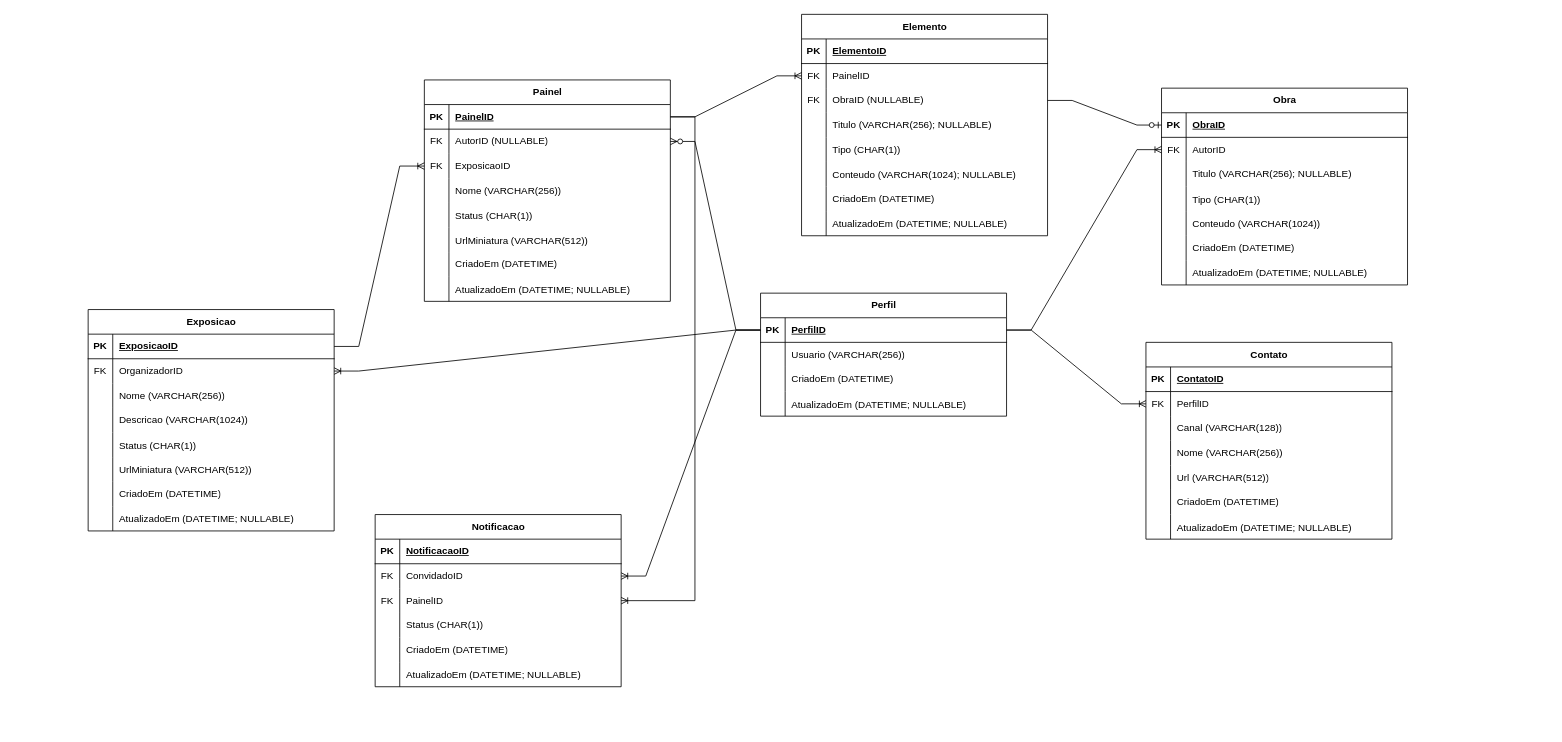
This is page "Entidade-Relacionamento" (7 of 7) of UnderExpo.drawio from GustavoDeOliveira/underexpo, a draw.io file, before an edit. Source tidied: cells renumbered, new cells numbered last; positions are measured from the earlier drawing's top-left corner, leaving out a move shared by most shapes. Both pictures are drawn from the tidied source at 82%, with x=0, y=0 at pixel (88, 14).
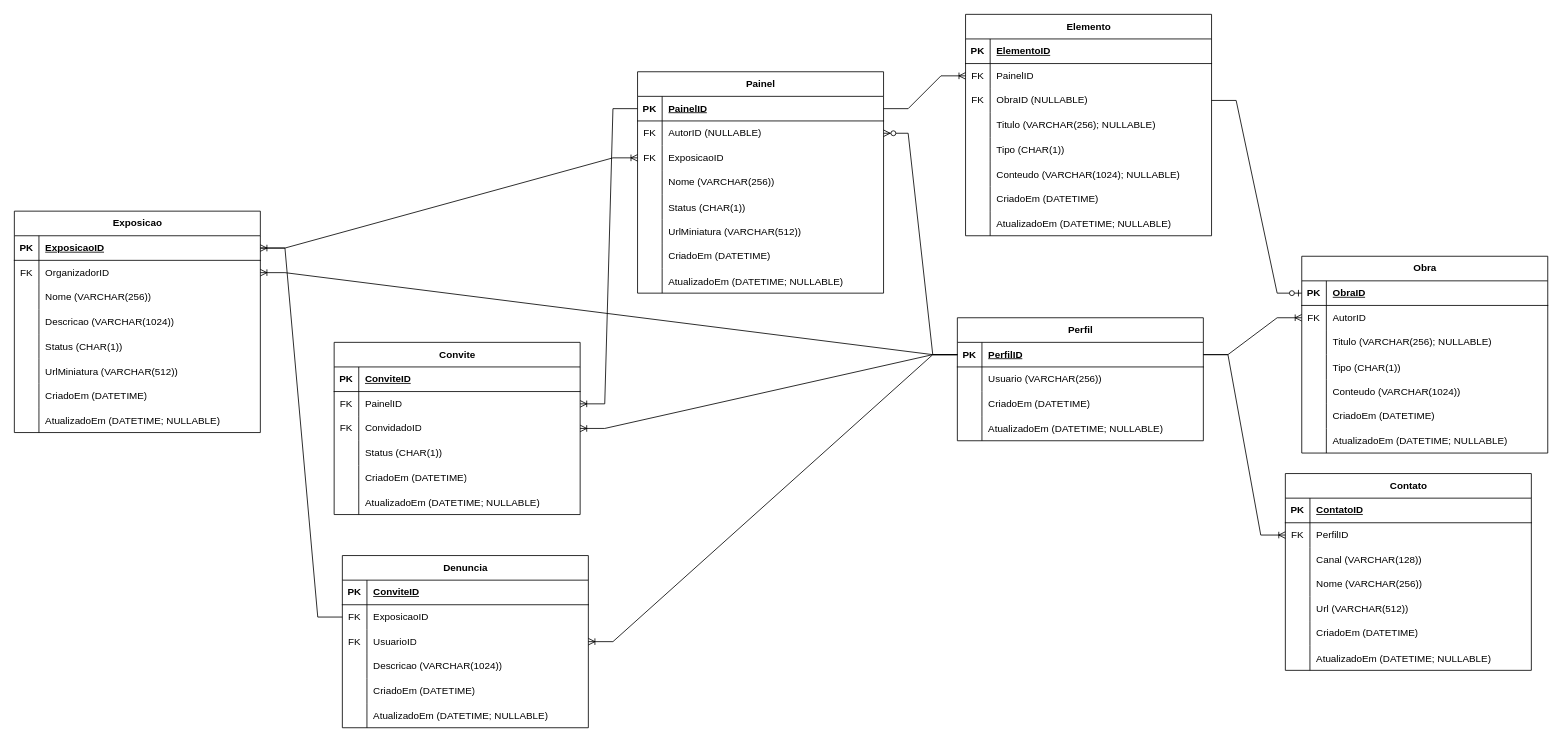
The same page after the edit.

Commit message:
Adicionando Entidades de Convite e Denúncia UnderExpo.drawio

Unchanged cells that the change refers to:
```xml
<mxCell id="3" style="shape=tableRow;horizontal=0;startSize=0;swimlaneHead=0;swimlaneBody=0;fillColor=none;points=[[0,0.5],[1,0.5]];portConstraint=eastwest;top=0;left=0;right=0;bottom=1;" parent="2" vertex="1">
  <mxGeometry y="30" width="300" height="30" as="geometry" />
</mxCell>
<mxCell id="28" style="shape=tableRow;horizontal=0;startSize=0;swimlaneHead=0;swimlaneBody=0;fillColor=none;points=[[0,0.5],[1,0.5]];portConstraint=eastwest;top=0;left=0;right=0;bottom=1;" parent="27" vertex="1">
  <mxGeometry y="30" width="300" height="30" as="geometry" />
</mxCell>
<mxCell id="103" style="shape=tableRow;horizontal=0;startSize=0;swimlaneHead=0;swimlaneBody=0;fillColor=none;points=[[0,0.5],[1,0.5]];portConstraint=eastwest;top=0;left=0;right=0;bottom=1;" parent="102" vertex="1">
  <mxGeometry y="30" width="300" height="30" as="geometry" />
</mxCell>
<mxCell id="139" style="shape=tableRow;horizontal=0;startSize=0;swimlaneHead=0;swimlaneBody=0;fillColor=none;top=0;left=0;right=0;bottom=1;" parent="138" vertex="1">
  <mxGeometry y="30" width="300" height="30" as="geometry" />
</mxCell>
```

Change to the diagram source:
```diff
@@
     <mxCell id="2" value="Exposicao" style="shape=table;startSize=30;childLayout=tableLayout;rowLines=0;fontStyle=1;align=center;html=1;" parent="1" vertex="1">
-      <mxGeometry y="360" width="300" height="270" as="geometry" />
+      <mxGeometry x="-90" y="240" width="300" height="270" as="geometry" />
     </mxCell>
@@
     <mxCell id="27" value="Painel" style="shape=table;startSize=30;childLayout=tableLayout;rowLines=0;fontStyle=1;align=center;html=1;" parent="1" vertex="1">
-      <mxGeometry x="410" y="80" width="300" height="270" as="geometry" />
+      <mxGeometry x="670" y="70" width="300" height="270" as="geometry" />
     </mxCell>
@@
     <mxCell id="52" value="Elemento" style="shape=table;startSize=30;childLayout=tableLayout;rowLines=0;fontStyle=1;align=center;html=1;" parent="1" vertex="1">
-      <mxGeometry x="870" width="300" height="270" as="geometry" />
+      <mxGeometry x="1070" width="300" height="270" as="geometry" />
     </mxCell>
@@
     <mxCell id="79" value="Obra" style="shape=table;startSize=30;childLayout=tableLayout;rowLines=0;fontStyle=1;align=center;html=1;" parent="1" vertex="1">
-      <mxGeometry x="1309" y="90" width="300" height="240" as="geometry" />
+      <mxGeometry x="1480" y="295" width="300" height="240" as="geometry" />
     </mxCell>
@@
     <mxCell id="102" value="Perfil" style="shape=table;startSize=30;childLayout=tableLayout;rowLines=0;fontStyle=1;align=center;html=1;" parent="1" vertex="1">
-      <mxGeometry x="820" y="340" width="300" height="150" as="geometry" />
+      <mxGeometry x="1060" y="370" width="300" height="150" as="geometry" />
     </mxCell>
@@
     <mxCell id="116" value="Contato" style="shape=table;startSize=30;childLayout=tableLayout;rowLines=0;fontStyle=1;align=center;html=1;" parent="1" vertex="1">
-      <mxGeometry x="1290" y="400" width="300" height="240" as="geometry" />
+      <mxGeometry x="1460" y="560" width="300" height="240" as="geometry" />
     </mxCell>
@@
-    <mxCell id="138" value="Notificacao" style="shape=table;startSize=30;childLayout=tableLayout;rowLines=0;fontStyle=1;align=center;html=1;" parent="1" vertex="1">
-      <mxGeometry x="350" y="610" width="300" height="210" as="geometry" />
+    <mxCell id="138" value="Convite" style="shape=table;startSize=30;childLayout=tableLayout;rowLines=0;fontStyle=1;align=center;html=1;" parent="1" vertex="1">
+      <mxGeometry x="300" y="400" width="300" height="210" as="geometry" />
     </mxCell>
@@
-    <mxCell id="141" value="NotificacaoID" style="shape=partialRectangle;fillColor=none;top=0;left=0;bottom=0;right=0;align=left;spacingLeft=6;fontStyle=5;overflow=hidden;whiteSpace=wrap;html=1;" parent="139" vertex="1">
+    <mxCell id="141" value="ConviteID" style="shape=partialRectangle;fillColor=none;top=0;left=0;bottom=0;right=0;align=left;spacingLeft=6;fontStyle=5;overflow=hidden;whiteSpace=wrap;html=1;" parent="139" vertex="1">
       <mxGeometry x="30" width="270" height="30" as="geometry" />
     </mxCell>
+    <mxCell id="145" style="shape=tableRow;horizontal=0;startSize=0;swimlaneHead=0;swimlaneBody=0;fillColor=none;points=[[0,0.5],[1,0.5]];portConstraint=eastwest;top=0;left=0;right=0;bottom=0;" parent="138" vertex="1">
+      <mxGeometry y="60" width="300" height="30" as="geometry" />
+    </mxCell>
+    <mxCell id="146" value="FK" style="shape=partialRectangle;fillColor=none;top=0;left=0;bottom=0;right=0;fontStyle=0;overflow=hidden;whiteSpace=wrap;html=1;" parent="145" vertex="1">
+      <mxGeometry width="30" height="30" as="geometry" />
+    </mxCell>
+    <mxCell id="147" value="PainelID" style="shape=partialRectangle;fillColor=none;top=0;left=0;bottom=0;right=0;align=left;spacingLeft=6;fontStyle=0;overflow=hidden;whiteSpace=wrap;html=1;" parent="145" vertex="1">
+      <mxGeometry x="30" width="270" height="30" as="geometry" />
+    </mxCell>
     <mxCell id="142" style="shape=tableRow;horizontal=0;startSize=0;swimlaneHead=0;swimlaneBody=0;fillColor=none;points=[[0,0.5],[1,0.5]];portConstraint=eastwest;top=0;left=0;right=0;bottom=0;" parent="138" vertex="1">
-      <mxGeometry y="60" width="300" height="30" as="geometry" />
+      <mxGeometry y="90" width="300" height="30" as="geometry" />
     </mxCell>
@@
-    <mxCell id="145" style="shape=tableRow;horizontal=0;startSize=0;swimlaneHead=0;swimlaneBody=0;fillColor=none;points=[[0,0.5],[1,0.5]];portConstraint=eastwest;top=0;left=0;right=0;bottom=0;" parent="138" vertex="1">
-      <mxGeometry y="90" width="300" height="30" as="geometry" />
-    </mxCell>
-    <mxCell id="146" value="FK" style="shape=partialRectangle;fillColor=none;top=0;left=0;bottom=0;right=0;fontStyle=0;overflow=hidden;whiteSpace=wrap;html=1;" parent="145" vertex="1">
-      <mxGeometry width="30" height="30" as="geometry" />
-    </mxCell>
-    <mxCell id="147" value="PainelID" style="shape=partialRectangle;fillColor=none;top=0;left=0;bottom=0;right=0;align=left;spacingLeft=6;fontStyle=0;overflow=hidden;whiteSpace=wrap;html=1;" parent="145" vertex="1">
-      <mxGeometry x="30" width="270" height="30" as="geometry" />
-    </mxCell>
@@
     <mxCell id="161" style="edgeStyle=entityRelationEdgeStyle;fontSize=12;html=1;endArrow=ERoneToMany;rounded=0;" parent="1" edge="1" source="28" target="145">
       <mxGeometry relative="1" as="geometry">
         <Array as="points">
           <mxPoint x="370" y="410" />
+          <mxPoint x="350" y="430" />
+          <mxPoint x="470" y="490" />
           <mxPoint x="800" y="450" />
         </Array>
       </mxGeometry>
     </mxCell>
+    <mxCell id="162" value="Denuncia" style="shape=table;startSize=30;childLayout=tableLayout;rowLines=0;fontStyle=1;align=center;html=1;" parent="1" vertex="1">
+      <mxGeometry x="310" y="660" width="300" height="210" as="geometry" />
+    </mxCell>
+    <mxCell id="163" style="shape=tableRow;horizontal=0;startSize=0;swimlaneHead=0;swimlaneBody=0;fillColor=none;top=0;left=0;right=0;bottom=1;" parent="162" vertex="1">
+      <mxGeometry y="30" width="300" height="30" as="geometry" />
+    </mxCell>
+    <mxCell id="164" value="PK" style="shape=partialRectangle;fillColor=none;top=0;left=0;bottom=0;right=0;fontStyle=1;overflow=hidden;whiteSpace=wrap;html=1;" parent="163" vertex="1">
+      <mxGeometry width="30" height="30" as="geometry" />
+    </mxCell>
+    <mxCell id="165" value="ConviteID" style="shape=partialRectangle;fillColor=none;top=0;left=0;bottom=0;right=0;align=left;spacingLeft=6;fontStyle=5;overflow=hidden;whiteSpace=wrap;html=1;" parent="163" vertex="1">
+      <mxGeometry x="30" width="270" height="30" as="geometry" />
+    </mxCell>
+    <mxCell id="166" style="shape=tableRow;horizontal=0;startSize=0;swimlaneHead=0;swimlaneBody=0;fillColor=none;points=[[0,0.5],[1,0.5]];portConstraint=eastwest;top=0;left=0;right=0;bottom=0;" parent="162" vertex="1">
+      <mxGeometry y="60" width="300" height="30" as="geometry" />
+    </mxCell>
+    <mxCell id="167" value="FK" style="shape=partialRectangle;fillColor=none;top=0;left=0;bottom=0;right=0;fontStyle=0;overflow=hidden;whiteSpace=wrap;html=1;" parent="166" vertex="1">
+      <mxGeometry width="30" height="30" as="geometry" />
+    </mxCell>
+    <mxCell id="168" value="ExposicaoID" style="shape=partialRectangle;fillColor=none;top=0;left=0;bottom=0;right=0;align=left;spacingLeft=6;fontStyle=0;overflow=hidden;whiteSpace=wrap;html=1;" parent="166" vertex="1">
+      <mxGeometry x="30" width="270" height="30" as="geometry" />
+    </mxCell>
+    <mxCell id="169" style="shape=tableRow;horizontal=0;startSize=0;swimlaneHead=0;swimlaneBody=0;fillColor=none;points=[[0,0.5],[1,0.5]];portConstraint=eastwest;top=0;left=0;right=0;bottom=0;" parent="162" vertex="1">
+      <mxGeometry y="90" width="300" height="30" as="geometry" />
+    </mxCell>
+    <mxCell id="170" value="FK" style="shape=partialRectangle;fillColor=none;top=0;left=0;bottom=0;right=0;fontStyle=0;overflow=hidden;whiteSpace=wrap;html=1;" parent="169" vertex="1">
+      <mxGeometry width="30" height="30" as="geometry" />
+    </mxCell>
+    <mxCell id="171" value="UsuarioID" style="shape=partialRectangle;fillColor=none;top=0;left=0;bottom=0;right=0;align=left;spacingLeft=6;fontStyle=0;overflow=hidden;whiteSpace=wrap;html=1;" parent="169" vertex="1">
+      <mxGeometry x="30" width="270" height="30" as="geometry" />
+    </mxCell>
+    <mxCell id="172" style="shape=tableRow;horizontal=0;startSize=0;swimlaneHead=0;swimlaneBody=0;fillColor=none;top=0;left=0;right=0;bottom=0;" parent="162" vertex="1">
+      <mxGeometry y="120" width="300" height="30" as="geometry" />
+    </mxCell>
+    <mxCell id="173" style="shape=partialRectangle;fillColor=none;top=0;left=0;bottom=0;right=0;overflow=hidden;whiteSpace=wrap;html=1;" parent="172" vertex="1">
+      <mxGeometry width="30" height="30" as="geometry" />
+    </mxCell>
+    <mxCell id="174" value="Descricao (VARCHAR(1024))" style="shape=partialRectangle;fillColor=none;top=0;left=0;bottom=0;right=0;align=left;spacingLeft=6;overflow=hidden;whiteSpace=wrap;html=1;" parent="172" vertex="1">
+      <mxGeometry x="30" width="270" height="30" as="geometry" />
+    </mxCell>
+    <mxCell id="175" style="shape=tableRow;horizontal=0;startSize=0;swimlaneHead=0;swimlaneBody=0;fillColor=none;top=0;left=0;right=0;bottom=0;" parent="162" vertex="1">
+      <mxGeometry y="150" width="300" height="30" as="geometry" />
+    </mxCell>
+    <mxCell id="176" style="shape=partialRectangle;fillColor=none;top=0;left=0;bottom=0;right=0;overflow=hidden;whiteSpace=wrap;html=1;" parent="175" vertex="1">
+      <mxGeometry width="30" height="30" as="geometry" />
+    </mxCell>
+    <mxCell id="177" value="CriadoEm (DATETIME)" style="shape=partialRectangle;fillColor=none;top=0;left=0;bottom=0;right=0;align=left;spacingLeft=6;overflow=hidden;whiteSpace=wrap;html=1;" parent="175" vertex="1">
+      <mxGeometry x="30" width="270" height="30" as="geometry" />
+    </mxCell>
+    <mxCell id="178" style="shape=tableRow;horizontal=0;startSize=0;swimlaneHead=0;swimlaneBody=0;fillColor=none;top=0;left=0;right=0;bottom=0;" parent="162" vertex="1">
+      <mxGeometry y="180" width="300" height="30" as="geometry" />
+    </mxCell>
+    <mxCell id="179" style="shape=partialRectangle;fillColor=none;top=0;left=0;bottom=0;right=0;overflow=hidden;" parent="178" vertex="1">
+      <mxGeometry width="30" height="30" as="geometry" />
+    </mxCell>
+    <mxCell id="180" value="AtualizadoEm (DATETIME; NULLABLE)" style="shape=partialRectangle;fillColor=none;top=0;left=0;bottom=0;right=0;align=left;spacingLeft=6;overflow=hidden;" parent="178" vertex="1">
+      <mxGeometry x="30" width="270" height="30" as="geometry" />
+    </mxCell>
+    <mxCell id="181" style="edgeStyle=entityRelationEdgeStyle;fontSize=12;html=1;endArrow=ERoneToMany;rounded=0;" parent="1" edge="1" source="166" target="3">
+      <mxGeometry relative="1" as="geometry" />
+    </mxCell>
+    <mxCell id="182" style="edgeStyle=entityRelationEdgeStyle;fontSize=12;html=1;endArrow=ERoneToMany;rounded=0;" parent="1" edge="1" source="103" target="169">
+      <mxGeometry relative="1" as="geometry" />
+    </mxCell>
```
